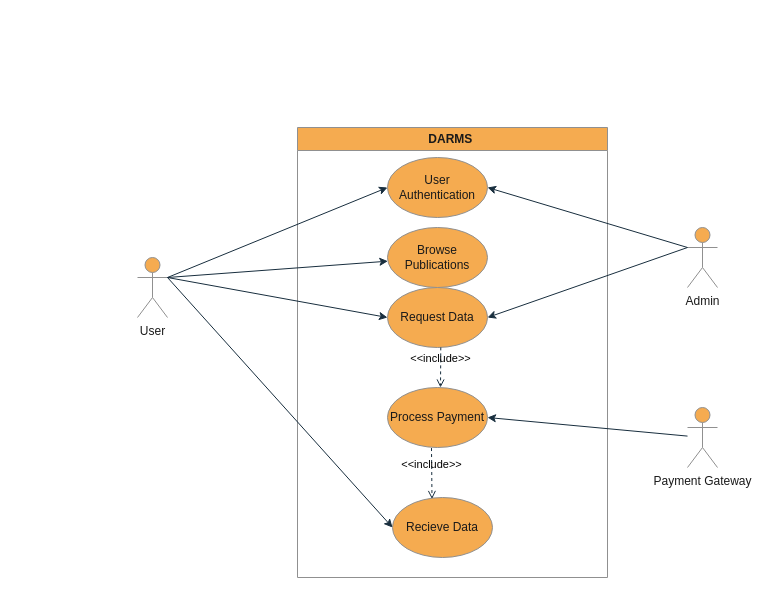
ritesharyal666/System_Design_Ecommerce keeps this draw.io diagram as Usecase Diagram/DARMS_USECASE.drawio. Above is the earlier version. Source tidied: cells renumbered, new cells numbered last; positions are measured from the earlier drawing's top-left corner, leaving out a move shared by most shapes. Both pictures are drawn from the tidied source at 100%, with x=0, y=0 at pixel (137, 127).
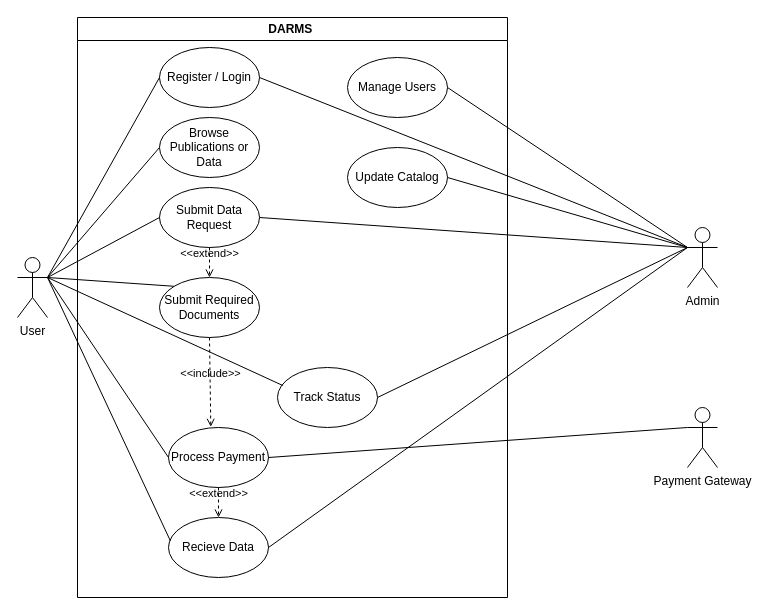
The same page after the edit.

What changed in the source:
```diff
@@
-    <mxCell id="2" value="DARMS&amp;nbsp;" style="swimlane;whiteSpace=wrap;html=1;labelBackgroundColor=none;fillColor=#F5AB50;strokeColor=#909090;fontColor=#1A1A1A;" parent="1" vertex="1">
-      <mxGeometry x="160" width="310" height="450" as="geometry" />
+    <mxCell id="2" value="DARMS&amp;nbsp;" style="swimlane;whiteSpace=wrap;html=1;labelBackgroundColor=none;" parent="1" vertex="1">
+      <mxGeometry x="-60" y="-110" width="430" height="580" as="geometry" />
     </mxCell>
-    <mxCell id="3" value="User Authentication" style="ellipse;whiteSpace=wrap;html=1;labelBackgroundColor=none;fillColor=#F5AB50;strokeColor=#909090;fontColor=#1A1A1A;" parent="2" vertex="1">
-      <mxGeometry x="90" y="30" width="100" height="60" as="geometry" />
+    <mxCell id="3" value="Register / Login" style="ellipse;whiteSpace=wrap;html=1;labelBackgroundColor=none;" parent="2" vertex="1">
+      <mxGeometry x="82" y="30" width="100" height="60" as="geometry" />
     </mxCell>
-    <mxCell id="4" value="Browse Publications" style="ellipse;whiteSpace=wrap;html=1;labelBackgroundColor=none;fillColor=#F5AB50;strokeColor=#909090;fontColor=#1A1A1A;" parent="2" vertex="1">
-      <mxGeometry x="90" y="100" width="100" height="60" as="geometry" />
+    <mxCell id="4" value="Browse Publications or Data" style="ellipse;whiteSpace=wrap;html=1;labelBackgroundColor=none;" parent="2" vertex="1">
+      <mxGeometry x="82" y="100" width="100" height="60" as="geometry" />
     </mxCell>
-    <mxCell id="5" value="Request Data" style="ellipse;whiteSpace=wrap;html=1;labelBackgroundColor=none;fillColor=#F5AB50;strokeColor=#909090;fontColor=#1A1A1A;" parent="2" vertex="1">
-      <mxGeometry x="90" y="160" width="100" height="60" as="geometry" />
+    <mxCell id="5" value="Submit Data Request" style="ellipse;whiteSpace=wrap;html=1;labelBackgroundColor=none;" parent="2" vertex="1">
+      <mxGeometry x="82" y="170" width="100" height="60" as="geometry" />
     </mxCell>
-    <mxCell id="6" value="Process Payment" style="ellipse;whiteSpace=wrap;html=1;labelBackgroundColor=none;fillColor=#F5AB50;strokeColor=#909090;fontColor=#1A1A1A;" parent="2" vertex="1">
-      <mxGeometry x="90" y="260" width="100" height="60" as="geometry" />
+    <mxCell id="6" value="Process Payment" style="ellipse;whiteSpace=wrap;html=1;labelBackgroundColor=none;" parent="2" vertex="1">
+      <mxGeometry x="91" y="410" width="100" height="60" as="geometry" />
     </mxCell>
-    <mxCell id="7" value="Recieve Data" style="ellipse;whiteSpace=wrap;html=1;labelBackgroundColor=none;fillColor=#F5AB50;strokeColor=#909090;fontColor=#1A1A1A;" parent="2" vertex="1">
-      <mxGeometry x="95" y="370" width="100" height="60" as="geometry" />
+    <mxCell id="7" value="Recieve Data" style="ellipse;whiteSpace=wrap;html=1;labelBackgroundColor=none;" parent="2" vertex="1">
+      <mxGeometry x="91" y="500" width="100" height="60" as="geometry" />
     </mxCell>
+    <mxCell id="20" value="Submit Required Documents" style="ellipse;whiteSpace=wrap;html=1;labelBackgroundColor=none;" parent="2" vertex="1">
+      <mxGeometry x="82" y="260" width="100" height="60" as="geometry" />
+    </mxCell>
+    <mxCell id="21" value="&amp;lt;&amp;lt;extend&amp;gt;&amp;gt;" style="html=1;verticalAlign=bottom;labelBackgroundColor=none;endArrow=open;endFill=0;dashed=1;rounded=0;exitX=0.5;exitY=1;exitDx=0;exitDy=0;fontColor=default;" parent="2" edge="1" source="5" target="20">
+      <mxGeometry relative="1" as="geometry" />
+    </mxCell>
+    <mxCell id="22" value="&amp;lt;&amp;lt;include&amp;gt;&amp;gt;" style="html=1;verticalAlign=bottom;labelBackgroundColor=none;endArrow=open;endFill=0;dashed=1;rounded=0;exitX=0.5;exitY=1;exitDx=0;exitDy=0;entryX=0.423;entryY=-0.011;entryDx=0;entryDy=0;entryPerimeter=0;fontColor=default;" parent="2" edge="1" source="20" target="6">
+      <mxGeometry relative="1" as="geometry" />
+    </mxCell>
+    <mxCell id="23" value="Track Status" style="ellipse;whiteSpace=wrap;html=1;labelBackgroundColor=none;" parent="2" vertex="1">
+      <mxGeometry x="200" y="350" width="100" height="60" as="geometry" />
+    </mxCell>
+    <mxCell id="24" value="Update Catalog" style="ellipse;whiteSpace=wrap;html=1;labelBackgroundColor=none;" parent="2" vertex="1">
+      <mxGeometry x="270" y="130" width="100" height="60" as="geometry" />
+    </mxCell>
+    <mxCell id="25" value="Manage Users" style="ellipse;whiteSpace=wrap;html=1;labelBackgroundColor=none;" parent="2" vertex="1">
+      <mxGeometry x="270" y="40" width="100" height="60" as="geometry" />
+    </mxCell>
-    <mxCell id="8" value="&amp;lt;&amp;lt;include&amp;gt;&amp;gt;" style="html=1;verticalAlign=bottom;labelBackgroundColor=none;endArrow=open;endFill=0;dashed=1;rounded=0;exitX=0.44;exitY=1.009;exitDx=0;exitDy=0;exitPerimeter=0;entryX=0.395;entryY=0.025;entryDx=0;entryDy=0;entryPerimeter=0;fontColor=default;strokeColor=#182E3E;" parent="2" edge="1" source="6" target="7">
+    <mxCell id="8" value="&amp;lt;&amp;lt;extend&amp;gt;&amp;gt;" style="html=1;verticalAlign=bottom;labelBackgroundColor=none;endArrow=open;endFill=0;dashed=1;rounded=0;exitX=0.5;exitY=1;exitDx=0;exitDy=0;entryX=0.5;entryY=0;entryDx=0;entryDy=0;" parent="2" edge="1" source="6" target="7">
       <mxGeometry relative="1" as="geometry" />
     </mxCell>
-    <mxCell id="9" value="&amp;lt;&amp;lt;include&amp;gt;&amp;gt;" style="html=1;verticalAlign=bottom;labelBackgroundColor=none;endArrow=open;endFill=0;dashed=1;rounded=0;exitX=0.533;exitY=0.998;exitDx=0;exitDy=0;exitPerimeter=0;fontColor=default;strokeColor=#182E3E;" parent="2" edge="1" source="5">
-      <mxGeometry relative="1" as="geometry">
-        <mxPoint x="143" y="260" as="targetPoint" />
-      </mxGeometry>
-    </mxCell>
-    <mxCell id="10" value="User" style="shape=umlActor;verticalLabelPosition=bottom;verticalAlign=top;html=1;outlineConnect=0;labelBackgroundColor=none;fillColor=#F5AB50;strokeColor=#909090;fontColor=#1A1A1A;" parent="1" vertex="1">
-      <mxGeometry y="130" width="30" height="60" as="geometry" />
+    <mxCell id="10" value="User" style="shape=umlActor;verticalLabelPosition=bottom;verticalAlign=top;html=1;outlineConnect=0;labelBackgroundColor=none;" parent="1" vertex="1">
+      <mxGeometry x="-120" y="130" width="30" height="60" as="geometry" />
     </mxCell>
-    <mxCell id="11" value="Admin" style="shape=umlActor;verticalLabelPosition=bottom;verticalAlign=top;html=1;outlineConnect=0;labelBackgroundColor=none;fillColor=#F5AB50;strokeColor=#909090;fontColor=#1A1A1A;" parent="1" vertex="1">
+    <mxCell id="11" value="Admin" style="shape=umlActor;verticalLabelPosition=bottom;verticalAlign=top;html=1;outlineConnect=0;labelBackgroundColor=none;" parent="1" vertex="1">
       <mxGeometry x="550" y="100" width="30" height="60" as="geometry" />
     </mxCell>
-    <mxCell id="12" value="Payment Gateway" style="shape=umlActor;verticalLabelPosition=bottom;verticalAlign=top;html=1;outlineConnect=0;labelBackgroundColor=none;fillColor=#F5AB50;strokeColor=#909090;fontColor=#1A1A1A;" parent="1" vertex="1">
+    <mxCell id="12" value="Payment Gateway" style="shape=umlActor;verticalLabelPosition=bottom;verticalAlign=top;html=1;outlineConnect=0;labelBackgroundColor=none;" parent="1" vertex="1">
       <mxGeometry x="550" y="280" width="30" height="60" as="geometry" />
     </mxCell>
-    <mxCell id="13" style="endArrow=classic;html=1;rounded=0;exitX=1;exitY=0.3333333333333333;exitDx=0;exitDy=0;exitPerimeter=0;entryX=0;entryY=0.5;entryDx=0;entryDy=0;labelBackgroundColor=none;fontColor=default;strokeColor=#182E3E;" parent="1" edge="1" source="10" target="3">
+    <mxCell id="13" style="endArrow=none;html=1;rounded=0;exitX=1;exitY=0.3333333333333333;exitDx=0;exitDy=0;exitPerimeter=0;entryX=0;entryY=0.5;entryDx=0;entryDy=0;labelBackgroundColor=none;fontColor=default;" parent="1" edge="1" source="10" target="3">
       <mxGeometry relative="1" as="geometry" />
     </mxCell>
-    <mxCell id="14" style="endArrow=classic;html=1;rounded=0;exitX=1;exitY=0.3333333333333333;exitDx=0;exitDy=0;exitPerimeter=0;labelBackgroundColor=none;fontColor=default;strokeColor=#182E3E;" parent="1" edge="1" source="10" target="4">
-      <mxGeometry relative="1" as="geometry" />
-    </mxCell>
+    <mxCell id="26" style="endArrow=none;html=1;rounded=0;entryX=0;entryY=0.5;entryDx=0;entryDy=0;labelBackgroundColor=none;fontColor=default;" parent="1" edge="1" target="4">
+      <mxGeometry relative="1" as="geometry">
+        <mxPoint x="-90" y="150" as="sourcePoint" />
+      </mxGeometry>
+    </mxCell>
-    <mxCell id="15" style="endArrow=classic;html=1;rounded=0;exitX=1;exitY=0.3333333333333333;exitDx=0;exitDy=0;exitPerimeter=0;entryX=0;entryY=0.5;entryDx=0;entryDy=0;labelBackgroundColor=none;fontColor=default;strokeColor=#182E3E;" parent="1" edge="1" source="10" target="5">
+    <mxCell id="15" style="endArrow=none;html=1;rounded=0;entryX=0;entryY=0.5;entryDx=0;entryDy=0;exitX=1;exitY=0.3333333333333333;exitDx=0;exitDy=0;exitPerimeter=0;labelBackgroundColor=none;fontColor=default;" parent="1" edge="1" source="10" target="5">
       <mxGeometry relative="1" as="geometry" />
     </mxCell>
+    <mxCell id="27" style="endArrow=none;html=1;rounded=0;entryX=0;entryY=0.5;entryDx=0;entryDy=0;exitX=1;exitY=0.3333333333333333;exitDx=0;exitDy=0;exitPerimeter=0;labelBackgroundColor=none;fontColor=default;" parent="1" edge="1" source="10" target="6">
+      <mxGeometry relative="1" as="geometry" />
+    </mxCell>
-    <mxCell id="16" style="endArrow=classic;html=1;rounded=0;exitX=1;exitY=0.3333333333333333;exitDx=0;exitDy=0;exitPerimeter=0;entryX=0;entryY=0.5;entryDx=0;entryDy=0;labelBackgroundColor=none;fontColor=default;strokeColor=#182E3E;" parent="1" edge="1" source="10" target="7">
+    <mxCell id="16" style="endArrow=none;html=1;rounded=0;entryX=0.02;entryY=0.394;entryDx=0;entryDy=0;exitX=1;exitY=0.3333333333333333;exitDx=0;exitDy=0;exitPerimeter=0;entryPerimeter=0;labelBackgroundColor=none;fontColor=default;" parent="1" edge="1" source="10" target="7">
       <mxGeometry relative="1" as="geometry" />
     </mxCell>
-    <mxCell id="17" style="endArrow=classic;html=1;rounded=0;entryX=1;entryY=0.5;entryDx=0;entryDy=0;exitX=0;exitY=0.3333333333333333;exitDx=0;exitDy=0;exitPerimeter=0;labelBackgroundColor=none;fontColor=default;strokeColor=#182E3E;" parent="1" edge="1" source="11" target="3">
-      <mxGeometry relative="1" as="geometry" />
-    </mxCell>
-    <mxCell id="18" style="endArrow=classic;html=1;rounded=0;entryX=1;entryY=0.5;entryDx=0;entryDy=0;exitX=0;exitY=0.3333333333333333;exitDx=0;exitDy=0;exitPerimeter=0;labelBackgroundColor=none;fontColor=default;strokeColor=#182E3E;" parent="1" edge="1" source="11" target="5">
-      <mxGeometry relative="1" as="geometry" />
-    </mxCell>
-    <mxCell id="19" style="endArrow=classic;html=1;rounded=0;entryX=1;entryY=0.5;entryDx=0;entryDy=0;labelBackgroundColor=none;fontColor=default;strokeColor=#182E3E;" parent="1" edge="1" source="12" target="6">
-      <mxGeometry relative="1" as="geometry" />
-    </mxCell>
+    <mxCell id="28" style="endArrow=none;html=1;rounded=0;entryX=0;entryY=0.3333333333333333;entryDx=0;entryDy=0;exitX=1;exitY=0.5;exitDx=0;exitDy=0;entryPerimeter=0;labelBackgroundColor=none;fontColor=default;" parent="1" edge="1" source="3" target="11">
+      <mxGeometry relative="1" as="geometry" />
+    </mxCell>
+    <mxCell id="29" style="endArrow=none;html=1;rounded=0;exitX=1;exitY=0.5;exitDx=0;exitDy=0;entryX=0;entryY=0.3333333333333333;entryDx=0;entryDy=0;entryPerimeter=0;labelBackgroundColor=none;fontColor=default;" parent="1" edge="1" source="6" target="12">
+      <mxGeometry relative="1" as="geometry" />
+    </mxCell>
+    <mxCell id="30" style="endArrow=none;html=1;rounded=0;entryX=0;entryY=0.3333333333333333;entryDx=0;entryDy=0;exitX=1;exitY=0.5;exitDx=0;exitDy=0;entryPerimeter=0;labelBackgroundColor=none;fontColor=default;" parent="1" edge="1" source="25" target="11">
+      <mxGeometry relative="1" as="geometry" />
+    </mxCell>
+    <mxCell id="31" style="endArrow=none;html=1;rounded=0;exitX=1;exitY=0.5;exitDx=0;exitDy=0;labelBackgroundColor=none;fontColor=default;" parent="1" edge="1" source="24">
+      <mxGeometry relative="1" as="geometry">
+        <mxPoint x="550" y="120" as="targetPoint" />
+      </mxGeometry>
+    </mxCell>
+    <mxCell id="32" style="endArrow=none;html=1;rounded=0;exitX=1;exitY=0.5;exitDx=0;exitDy=0;labelBackgroundColor=none;fontColor=default;" parent="1" edge="1" source="23">
+      <mxGeometry relative="1" as="geometry">
+        <mxPoint x="550" y="120" as="targetPoint" />
+      </mxGeometry>
+    </mxCell>
+    <mxCell id="33" style="endArrow=none;html=1;rounded=0;entryX=0.053;entryY=0.3;entryDx=0;entryDy=0;entryPerimeter=0;labelBackgroundColor=none;fontColor=default;" parent="1" edge="1" target="23">
+      <mxGeometry relative="1" as="geometry">
+        <mxPoint x="-90" y="150" as="sourcePoint" />
+      </mxGeometry>
+    </mxCell>
+    <mxCell id="34" style="endArrow=none;html=1;rounded=0;entryX=0;entryY=0;entryDx=0;entryDy=0;labelBackgroundColor=none;fontColor=default;" parent="1" edge="1" target="20">
+      <mxGeometry relative="1" as="geometry">
+        <mxPoint x="-90" y="150" as="sourcePoint" />
+      </mxGeometry>
+    </mxCell>
+    <mxCell id="35" style="endArrow=none;html=1;rounded=0;exitX=1;exitY=0.5;exitDx=0;exitDy=0;labelBackgroundColor=none;fontColor=default;" parent="1" edge="1" source="5">
+      <mxGeometry relative="1" as="geometry">
+        <mxPoint x="550" y="120" as="targetPoint" />
+      </mxGeometry>
+    </mxCell>
+    <mxCell id="36" style="endArrow=none;html=1;rounded=0;exitX=1;exitY=0.5;exitDx=0;exitDy=0;labelBackgroundColor=none;fontColor=default;" parent="1" edge="1" source="7">
+      <mxGeometry relative="1" as="geometry">
+        <mxPoint x="550" y="120" as="targetPoint" />
+      </mxGeometry>
+    </mxCell>
```
